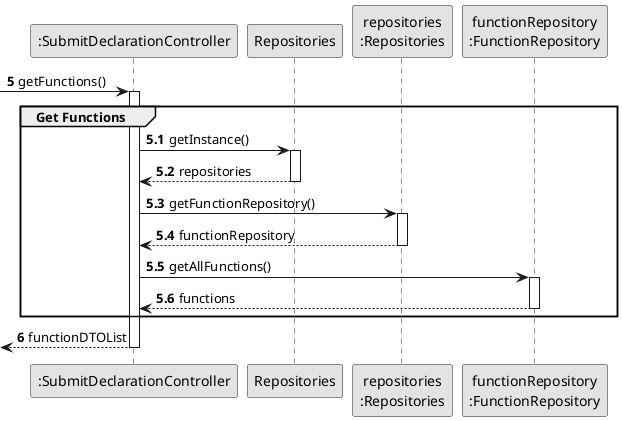
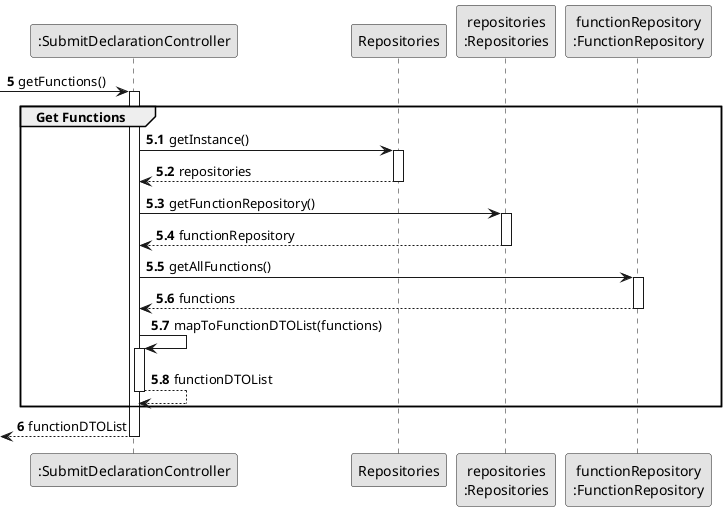
@startuml US006-SD-partial-get-functions
skinparam monochrome true
skinparam packageStyle rectangle
skinparam shadowing false

participant ":SubmitDeclarationController" as CTRL
participant "Repositories" as REPOS
participant "repositories\n:Repositories" as REPOS_SINGLETON
participant "functionRepository\n:FunctionRepository" as FUNC_REPO

autonumber 5
-> CTRL : getFunctions()

autonumber 5.1
activate CTRL

    group Get Functions

        CTRL -> REPOS : getInstance()
        activate REPOS
            REPOS --> CTRL : repositories
        deactivate REPOS

        CTRL -> REPOS_SINGLETON : getFunctionRepository()
        activate REPOS_SINGLETON
            REPOS_SINGLETON --> CTRL : functionRepository
        deactivate REPOS_SINGLETON

        CTRL -> FUNC_REPO : getAllFunctions()
        activate FUNC_REPO
            FUNC_REPO --> CTRL : functions
        deactivate FUNC_REPO

+         CTRL -> CTRL : mapToFunctionDTOList(functions)
+         activate CTRL
+             CTRL --> CTRL : functionDTOList
+         deactivate CTRL
+ 
    end

    autonumber 6
    <-- CTRL : functionDTOList

deactivate CTRL

- @enduml+ @enduml
